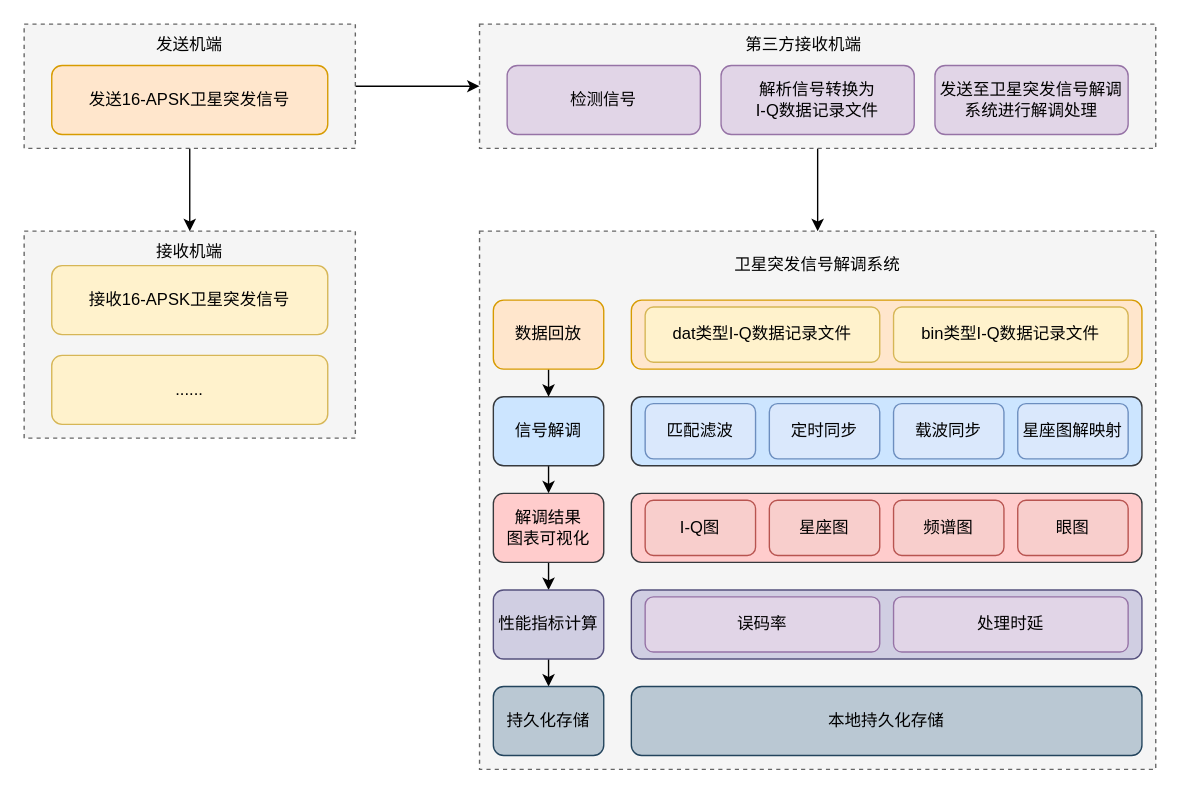
The draw.io diagram img/卫星突发信号解调系统具体应用场景.drawio in Thesis7/satellite-burst-signal-demodulation-system-lab, before the edit. Source tidied: cells renumbered, new cells numbered last; positions are measured from the earlier drawing's top-left corner, leaving out a move shared by most shapes. Both pictures are drawn from the tidied source at 138%, with x=0, y=0 at pixel (23, 23).
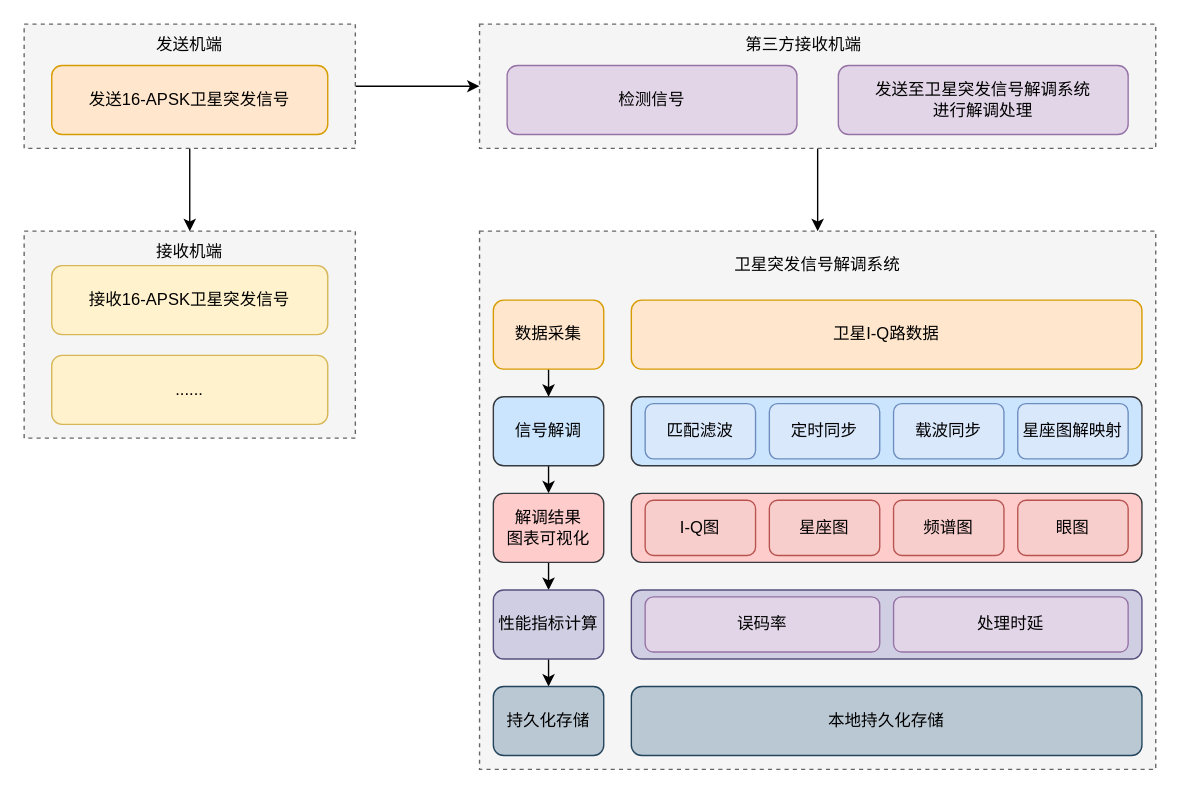
Above is the later version.

Commit message:
更新卫星突发信号解调系统具体应用场景.drawio

What changed in the source:
```diff
@@
-    <mxCell id="12" style="rounded=1;whiteSpace=wrap;html=1;fillColor=#ffe6cc;strokeColor=#d79b00;" parent="1" vertex="1">
+    <mxCell id="12" value="卫星I-Q路数据" style="rounded=1;whiteSpace=wrap;html=1;fillColor=#ffe6cc;strokeColor=#d79b00;" parent="1" vertex="1">
       <mxGeometry x="440" y="200" width="370" height="50" as="geometry" />
     </mxCell>
@@
-    <mxCell id="17" value="dat类型I-Q数据记录文件" style="rounded=1;whiteSpace=wrap;html=1;fillColor=#fff2cc;strokeColor=#d6b656;" parent="1" vertex="1">
-      <mxGeometry x="450" y="205" width="170" height="40" as="geometry" />
-    </mxCell>
@@
-    <mxCell id="29" value="数据回放" style="rounded=1;whiteSpace=wrap;html=1;fillColor=#ffe6cc;strokeColor=#d79b00;" parent="1" vertex="1">
+    <mxCell id="29" value="数据采集" style="rounded=1;whiteSpace=wrap;html=1;fillColor=#ffe6cc;strokeColor=#d79b00;" parent="1" vertex="1">
       <mxGeometry x="340" y="200" width="80" height="50" as="geometry" />
     </mxCell>
-    <mxCell id="30" value="bin类型I-Q数据记录文件" style="rounded=1;whiteSpace=wrap;html=1;fillColor=#fff2cc;strokeColor=#d6b656;" parent="1" vertex="1">
-      <mxGeometry x="630" y="205" width="170" height="40" as="geometry" />
-    </mxCell>
@@
     <mxCell id="41" value="检测信号" style="rounded=1;whiteSpace=wrap;html=1;fillColor=#e1d5e7;strokeColor=#9673a6;" parent="1" vertex="1">
-      <mxGeometry x="350" y="30" width="140" height="50" as="geometry" />
+      <mxGeometry x="350" y="30" width="210" height="50" as="geometry" />
     </mxCell>
-    <mxCell id="42" value="解析信号转换为&lt;div&gt;I-Q数据记录文件&lt;/div&gt;" style="rounded=1;whiteSpace=wrap;html=1;fillColor=#e1d5e7;strokeColor=#9673a6;" parent="1" vertex="1">
-      <mxGeometry x="505" y="30" width="140" height="50" as="geometry" />
-    </mxCell>
-    <mxCell id="43" value="发送至卫星突发信号解调系统进行解调处理" style="rounded=1;whiteSpace=wrap;html=1;fillColor=#e1d5e7;strokeColor=#9673a6;" parent="1" vertex="1">
-      <mxGeometry x="660" y="30" width="140" height="50" as="geometry" />
-    </mxCell>
@@
+    <mxCell id="45" value="发送至卫星突发信号解调系统&lt;div&gt;进行解调处理&lt;/div&gt;" style="rounded=1;whiteSpace=wrap;html=1;fillColor=#e1d5e7;strokeColor=#9673a6;" parent="1" vertex="1">
+      <mxGeometry x="590" y="30" width="210" height="50" as="geometry" />
+    </mxCell>
```
